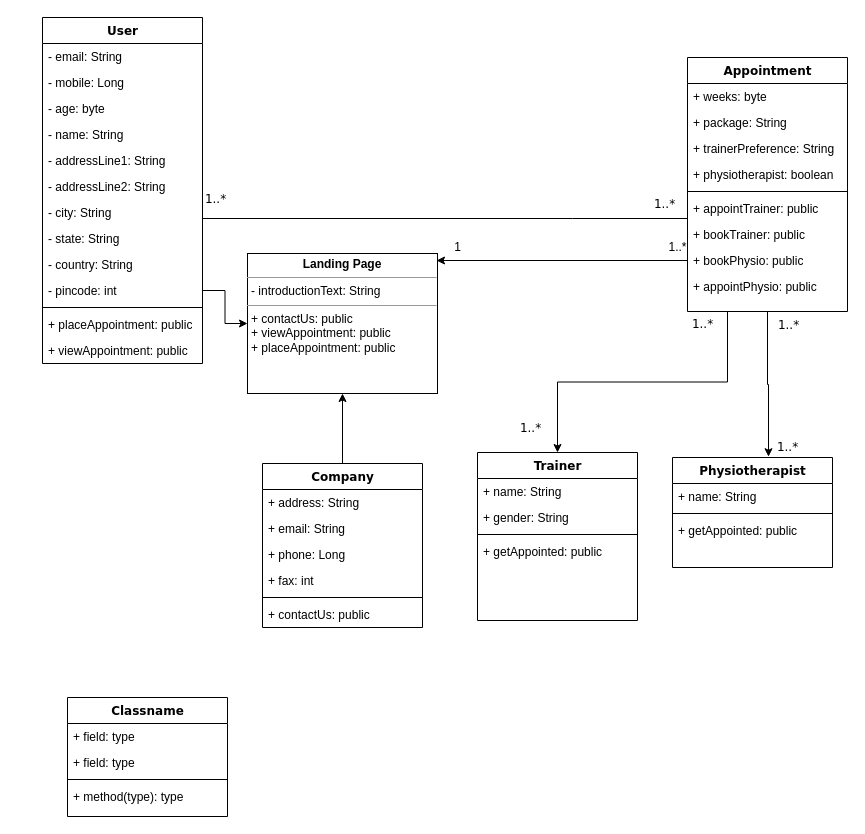
Above: Untitled Diagram.drawio in aneeshpotnistcs/gitpractice (draw.io), before the change. Source tidied: cells renumbered, new cells numbered last; positions are measured from the earlier drawing's top-left corner, leaving out a move shared by most shapes. Both pictures are drawn from the tidied source at 100%, with x=0, y=0 at pixel (42, 17).
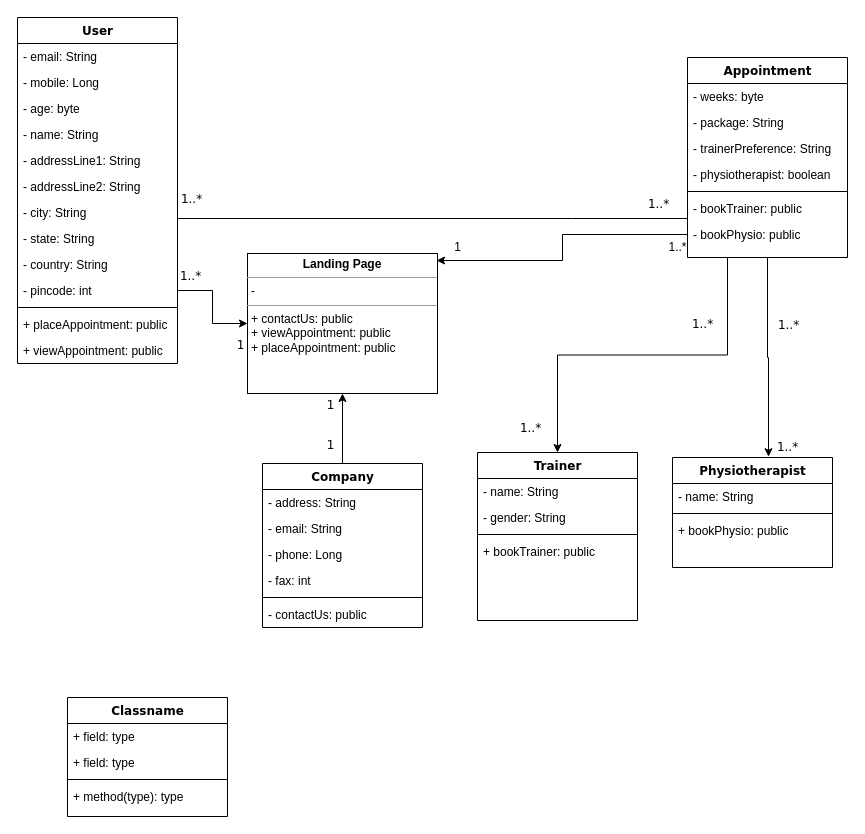
The same page after the edit.

Unchanged cells that the change refers to:
```xml
<mxCell id="2" value="Trainer" style="swimlane;html=1;fontStyle=1;align=center;verticalAlign=top;horizontal=1;startSize=26;swimlaneFillColor=#ffffff;rounded=0;shadow=0;comic=0;labelBackgroundColor=none;strokeWidth=1;fillColor=none;fontFamily=Verdana;fontSize=12;" parent="1" vertex="1">
  <mxGeometry x="435" y="435" width="160" height="168" as="geometry" />
</mxCell>
<mxCell id="37" value="Company" style="swimlane;html=1;fontStyle=1;align=center;verticalAlign=top;horizontal=1;startSize=26;swimlaneFillColor=#ffffff;rounded=0;shadow=0;comic=0;labelBackgroundColor=none;strokeWidth=1;fillColor=none;fontFamily=Verdana;fontSize=12;" parent="1" vertex="1">
  <mxGeometry x="220" y="446" width="160" height="164" as="geometry" />
</mxCell>
<mxCell id="44" value="Physiotherapist" style="swimlane;html=1;fontStyle=1;align=center;verticalAlign=top;horizontal=1;startSize=26;swimlaneFillColor=#ffffff;rounded=0;shadow=0;comic=0;labelBackgroundColor=none;strokeWidth=1;fillColor=none;fontFamily=Verdana;fontSize=12;" parent="1" vertex="1">
  <mxGeometry x="630" y="440" width="160" height="110" as="geometry" />
</mxCell>
```

What changed in the source:
```diff
@@
-    <mxCell id="3" value="+ name: String" style="text;html=1;strokeColor=none;fillColor=none;align=left;verticalAlign=top;spacingLeft=4;spacingRight=4;whiteSpace=wrap;overflow=hidden;" parent="2" vertex="1">
+    <mxCell id="3" value="- name: String" style="text;html=1;strokeColor=none;fillColor=none;align=left;verticalAlign=top;spacingLeft=4;spacingRight=4;whiteSpace=wrap;overflow=hidden;" parent="2" vertex="1">
       <mxGeometry y="26" width="160" height="26" as="geometry" />
     </mxCell>
-    <mxCell id="4" value="+ gender: String" style="text;html=1;strokeColor=none;fillColor=none;align=left;verticalAlign=top;spacingLeft=4;spacingRight=4;whiteSpace=wrap;overflow=hidden;" parent="2" vertex="1">
+    <mxCell id="4" value="- gender: String" style="text;html=1;strokeColor=none;fillColor=none;align=left;verticalAlign=top;spacingLeft=4;spacingRight=4;whiteSpace=wrap;overflow=hidden;" parent="2" vertex="1">
       <mxGeometry y="52" width="160" height="26" as="geometry" />
     </mxCell>
@@
-    <mxCell id="6" value="+ getAppointed: public" style="text;html=1;strokeColor=none;fillColor=none;align=left;verticalAlign=top;spacingLeft=4;spacingRight=4;whiteSpace=wrap;overflow=hidden;" parent="2" vertex="1">
+    <mxCell id="6" value="+ bookTrainer: public" style="text;html=1;strokeColor=none;fillColor=none;align=left;verticalAlign=top;spacingLeft=4;spacingRight=4;whiteSpace=wrap;overflow=hidden;" parent="2" vertex="1">
       <mxGeometry y="86" width="160" height="26" as="geometry" />
     </mxCell>
     <mxCell id="7" value="User" style="swimlane;html=1;fontStyle=1;align=center;verticalAlign=top;horizontal=1;startSize=26;swimlaneFillColor=#ffffff;rounded=0;shadow=0;comic=0;labelBackgroundColor=none;strokeWidth=1;fillColor=none;fontFamily=Verdana;fontSize=12;" parent="1" vertex="1">
-      <mxGeometry width="160" height="346" as="geometry" />
+      <mxGeometry x="-25" width="160" height="346" as="geometry" />
     </mxCell>
@@
     <mxCell id="26" value="Appointment" style="swimlane;html=1;fontStyle=1;align=center;verticalAlign=top;horizontal=1;startSize=26;swimlaneFillColor=#ffffff;rounded=0;shadow=0;comic=0;labelBackgroundColor=none;strokeWidth=1;fillColor=none;fontFamily=Verdana;fontSize=12;" parent="1" vertex="1">
-      <mxGeometry x="645" y="40" width="160" height="254" as="geometry" />
+      <mxGeometry x="645" y="40" width="160" height="200" as="geometry" />
     </mxCell>
-    <mxCell id="27" value="+ weeks: byte" style="text;html=1;strokeColor=none;fillColor=none;align=left;verticalAlign=top;spacingLeft=4;spacingRight=4;whiteSpace=wrap;overflow=hidden;" parent="26" vertex="1">
+    <mxCell id="27" value="- weeks: byte" style="text;html=1;strokeColor=none;fillColor=none;align=left;verticalAlign=top;spacingLeft=4;spacingRight=4;whiteSpace=wrap;overflow=hidden;" parent="26" vertex="1">
       <mxGeometry y="26" width="160" height="26" as="geometry" />
     </mxCell>
-    <mxCell id="28" value="+ package: String" style="text;html=1;strokeColor=none;fillColor=none;align=left;verticalAlign=top;spacingLeft=4;spacingRight=4;whiteSpace=wrap;overflow=hidden;" parent="26" vertex="1">
+    <mxCell id="28" value="- package: String" style="text;html=1;strokeColor=none;fillColor=none;align=left;verticalAlign=top;spacingLeft=4;spacingRight=4;whiteSpace=wrap;overflow=hidden;" parent="26" vertex="1">
       <mxGeometry y="52" width="160" height="26" as="geometry" />
     </mxCell>
-    <mxCell id="29" value="+ trainerPreference: String" style="text;html=1;strokeColor=none;fillColor=none;align=left;verticalAlign=top;spacingLeft=4;spacingRight=4;whiteSpace=wrap;overflow=hidden;" parent="26" vertex="1">
+    <mxCell id="29" value="- trainerPreference: String" style="text;html=1;strokeColor=none;fillColor=none;align=left;verticalAlign=top;spacingLeft=4;spacingRight=4;whiteSpace=wrap;overflow=hidden;" parent="26" vertex="1">
       <mxGeometry y="78" width="160" height="26" as="geometry" />
     </mxCell>
-    <mxCell id="30" value="+ physiotherapist: boolean" style="text;html=1;strokeColor=none;fillColor=none;align=left;verticalAlign=top;spacingLeft=4;spacingRight=4;whiteSpace=wrap;overflow=hidden;" parent="26" vertex="1">
+    <mxCell id="30" value="- physiotherapist: boolean" style="text;html=1;strokeColor=none;fillColor=none;align=left;verticalAlign=top;spacingLeft=4;spacingRight=4;whiteSpace=wrap;overflow=hidden;" parent="26" vertex="1">
       <mxGeometry y="104" width="160" height="26" as="geometry" />
     </mxCell>
@@
-    <mxCell id="32" value="+ appointTrainer: public" style="text;html=1;strokeColor=none;fillColor=none;align=left;verticalAlign=top;spacingLeft=4;spacingRight=4;whiteSpace=wrap;overflow=hidden;" parent="26" vertex="1">
-      <mxGeometry y="138" width="160" height="26" as="geometry" />
-    </mxCell>
-    <mxCell id="33" value="+ bookTrainer: public" style="text;html=1;strokeColor=none;fillColor=none;align=left;verticalAlign=top;spacingLeft=4;spacingRight=4;whiteSpace=wrap;overflow=hidden;" parent="26" vertex="1">
-      <mxGeometry y="164" width="160" height="26" as="geometry" />
+    <mxCell id="33" value="- bookTrainer: public" style="text;html=1;strokeColor=none;fillColor=none;align=left;verticalAlign=top;spacingLeft=4;spacingRight=4;whiteSpace=wrap;overflow=hidden;" parent="26" vertex="1">
+      <mxGeometry y="138" width="160" height="26" as="geometry" />
     </mxCell>
-    <mxCell id="34" value="+ bookPhysio: public" style="text;html=1;strokeColor=none;fillColor=none;align=left;verticalAlign=top;spacingLeft=4;spacingRight=4;whiteSpace=wrap;overflow=hidden;points=[[0,0.5],[1,0.5]];portConstraint=eastwest;" parent="26" vertex="1">
-      <mxGeometry y="190" width="160" height="26" as="geometry" />
+    <mxCell id="34" value="- bookPhysio: public" style="text;html=1;strokeColor=none;fillColor=none;align=left;verticalAlign=top;spacingLeft=4;spacingRight=4;whiteSpace=wrap;overflow=hidden;points=[[0,0.5],[1,0.5]];portConstraint=eastwest;" parent="26" vertex="1">
+      <mxGeometry y="164" width="160" height="26" as="geometry" />
     </mxCell>
-    <mxCell id="35" value="+ appointPhysio: public" style="text;html=1;strokeColor=none;fillColor=none;align=left;verticalAlign=top;spacingLeft=4;spacingRight=4;whiteSpace=wrap;overflow=hidden;" parent="26" vertex="1">
-      <mxGeometry y="216" width="160" height="26" as="geometry" />
-    </mxCell>
@@
-    <mxCell id="38" value="+ address: String" style="text;html=1;strokeColor=none;fillColor=none;align=left;verticalAlign=top;spacingLeft=4;spacingRight=4;whiteSpace=wrap;overflow=hidden;" parent="37" vertex="1">
+    <mxCell id="38" value="- address: String" style="text;html=1;strokeColor=none;fillColor=none;align=left;verticalAlign=top;spacingLeft=4;spacingRight=4;whiteSpace=wrap;overflow=hidden;" parent="37" vertex="1">
       <mxGeometry y="26" width="160" height="26" as="geometry" />
     </mxCell>
-    <mxCell id="39" value="+ email: String" style="text;html=1;strokeColor=none;fillColor=none;align=left;verticalAlign=top;spacingLeft=4;spacingRight=4;whiteSpace=wrap;overflow=hidden;" parent="37" vertex="1">
+    <mxCell id="39" value="- email: String" style="text;html=1;strokeColor=none;fillColor=none;align=left;verticalAlign=top;spacingLeft=4;spacingRight=4;whiteSpace=wrap;overflow=hidden;" parent="37" vertex="1">
       <mxGeometry y="52" width="160" height="26" as="geometry" />
     </mxCell>
-    <mxCell id="40" value="+ phone: Long" style="text;html=1;strokeColor=none;fillColor=none;align=left;verticalAlign=top;spacingLeft=4;spacingRight=4;whiteSpace=wrap;overflow=hidden;" parent="37" vertex="1">
+    <mxCell id="40" value="- phone: Long" style="text;html=1;strokeColor=none;fillColor=none;align=left;verticalAlign=top;spacingLeft=4;spacingRight=4;whiteSpace=wrap;overflow=hidden;" parent="37" vertex="1">
       <mxGeometry y="78" width="160" height="26" as="geometry" />
     </mxCell>
-    <mxCell id="41" value="+ fax: int" style="text;html=1;strokeColor=none;fillColor=none;align=left;verticalAlign=top;spacingLeft=4;spacingRight=4;whiteSpace=wrap;overflow=hidden;" parent="37" vertex="1">
+    <mxCell id="41" value="- fax: int" style="text;html=1;strokeColor=none;fillColor=none;align=left;verticalAlign=top;spacingLeft=4;spacingRight=4;whiteSpace=wrap;overflow=hidden;" parent="37" vertex="1">
       <mxGeometry y="104" width="160" height="26" as="geometry" />
     </mxCell>
@@
-    <mxCell id="43" value="+ contactUs: public" style="text;html=1;strokeColor=none;fillColor=none;align=left;verticalAlign=top;spacingLeft=4;spacingRight=4;whiteSpace=wrap;overflow=hidden;" parent="37" vertex="1">
+    <mxCell id="43" value="- contactUs: public" style="text;html=1;strokeColor=none;fillColor=none;align=left;verticalAlign=top;spacingLeft=4;spacingRight=4;whiteSpace=wrap;overflow=hidden;" parent="37" vertex="1">
       <mxGeometry y="138" width="160" height="26" as="geometry" />
     </mxCell>
@@
-    <mxCell id="45" value="+ name: String" style="text;html=1;strokeColor=none;fillColor=none;align=left;verticalAlign=top;spacingLeft=4;spacingRight=4;whiteSpace=wrap;overflow=hidden;" parent="44" vertex="1">
+    <mxCell id="45" value="- name: String" style="text;html=1;strokeColor=none;fillColor=none;align=left;verticalAlign=top;spacingLeft=4;spacingRight=4;whiteSpace=wrap;overflow=hidden;" parent="44" vertex="1">
       <mxGeometry y="26" width="160" height="26" as="geometry" />
     </mxCell>
@@
-    <mxCell id="47" value="+ getAppointed: public" style="text;html=1;strokeColor=none;fillColor=none;align=left;verticalAlign=top;spacingLeft=4;spacingRight=4;whiteSpace=wrap;overflow=hidden;" parent="44" vertex="1">
+    <mxCell id="47" value="+ bookPhysio: public" style="text;html=1;strokeColor=none;fillColor=none;align=left;verticalAlign=top;spacingLeft=4;spacingRight=4;whiteSpace=wrap;overflow=hidden;" parent="44" vertex="1">
       <mxGeometry y="60" width="160" height="26" as="geometry" />
     </mxCell>
@@
-    <mxCell id="53" value="&lt;p style=&quot;margin: 0px ; margin-top: 4px ; text-align: center&quot;&gt;&lt;b&gt;Landing Page&lt;/b&gt;&lt;/p&gt;&lt;hr size=&quot;1&quot;&gt;&lt;p style=&quot;margin: 0px ; margin-left: 4px&quot;&gt;- introductionText: String&lt;br&gt;&lt;/p&gt;&lt;hr size=&quot;1&quot;&gt;&lt;p style=&quot;margin: 0px ; margin-left: 4px&quot;&gt;+ contactUs: public&lt;br&gt;+ viewAppointment: public&lt;/p&gt;&lt;p style=&quot;margin: 0px ; margin-left: 4px&quot;&gt;+ placeAppointment: public&lt;/p&gt;" style="verticalAlign=top;align=left;overflow=fill;fontSize=12;fontFamily=Helvetica;html=1;rounded=0;shadow=0;comic=0;labelBackgroundColor=none;strokeWidth=1;" parent="1" vertex="1">
+    <mxCell id="53" value="&lt;p style=&quot;margin: 0px ; margin-top: 4px ; text-align: center&quot;&gt;&lt;b&gt;Landing Page&lt;/b&gt;&lt;/p&gt;&lt;hr size=&quot;1&quot;&gt;&lt;p style=&quot;margin: 0px ; margin-left: 4px&quot;&gt;-&amp;nbsp;&lt;br&gt;&lt;/p&gt;&lt;hr size=&quot;1&quot;&gt;&lt;p style=&quot;margin: 0px ; margin-left: 4px&quot;&gt;+ contactUs: public&lt;br&gt;+ viewAppointment: public&lt;/p&gt;&lt;p style=&quot;margin: 0px ; margin-left: 4px&quot;&gt;+ placeAppointment: public&lt;/p&gt;" style="verticalAlign=top;align=left;overflow=fill;fontSize=12;fontFamily=Helvetica;html=1;rounded=0;shadow=0;comic=0;labelBackgroundColor=none;strokeWidth=1;" parent="1" vertex="1">
       <mxGeometry x="205" y="236" width="190" height="140" as="geometry" />
     </mxCell>
@@
+    <mxCell id="62" value="1..*" style="text;html=1;align=center;verticalAlign=middle;labelBackgroundColor=#ffffff;fontSize=12;fontFamily=Verdana;" parent="1" vertex="1">
+      <mxGeometry x="155" y="191" as="geometry">
+        <mxPoint x="-8" y="67" as="offset" />
+      </mxGeometry>
+    </mxCell>
+    <mxCell id="63" value="1" style="text;html=1;align=center;verticalAlign=middle;labelBackgroundColor=#ffffff;fontSize=12;fontFamily=Verdana;" parent="1" vertex="1">
+      <mxGeometry x="295" y="320" as="geometry">
+        <mxPoint x="-8" y="67" as="offset" />
+      </mxGeometry>
+    </mxCell>
+    <mxCell id="64" value="1" style="text;html=1;align=center;verticalAlign=middle;labelBackgroundColor=#ffffff;fontSize=12;fontFamily=Verdana;" parent="1" vertex="1">
+      <mxGeometry x="205" y="260" as="geometry">
+        <mxPoint x="-8" y="67" as="offset" />
+      </mxGeometry>
+    </mxCell>
+    <mxCell id="65" value="1" style="text;html=1;align=center;verticalAlign=middle;labelBackgroundColor=#ffffff;fontSize=12;fontFamily=Verdana;" parent="1" vertex="1">
+      <mxGeometry x="295" y="360" as="geometry">
+        <mxPoint x="-8" y="67" as="offset" />
+      </mxGeometry>
+    </mxCell>
```
